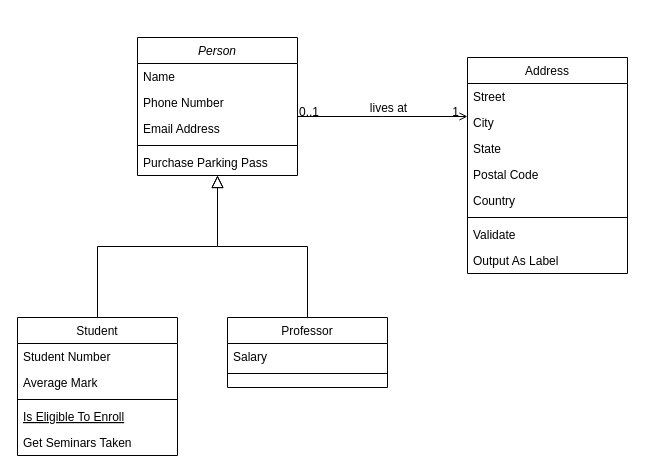
amine-ui/Test-React keeps this draw.io diagram as Diagramme sans nom.drawio. Above is the earlier version. Source tidied: cells renumbered, new cells numbered last; positions are measured from the earlier drawing's top-left corner, leaving out a move shared by most shapes. Both pictures are drawn from the tidied source at 100%, with x=0, y=0 at pixel (17, 37).
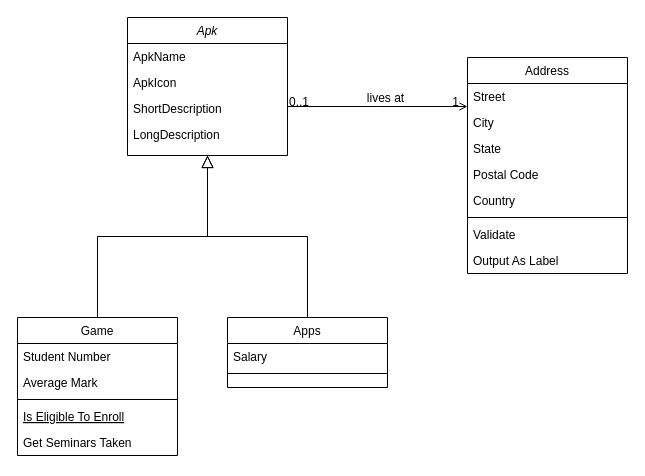
Above is the later version.

The edit, as a diff of the source:
```diff
@@
-    <mxCell id="2" value="Person" style="swimlane;fontStyle=2;align=center;verticalAlign=top;horizontal=1;startSize=26;rounded=0;shadow=0;strokeWidth=1;" parent="1" vertex="1">
-      <mxGeometry x="120" width="160" height="138" as="geometry" />
+    <mxCell id="2" value="Apk" style="swimlane;fontStyle=2;align=center;verticalAlign=top;horizontal=1;startSize=26;rounded=0;shadow=0;strokeWidth=1;" parent="1" vertex="1">
+      <mxGeometry x="110" y="-20" width="160" height="138" as="geometry" />
     </mxCell>
-    <mxCell id="3" value="Name" style="text;align=left;verticalAlign=top;spacingLeft=4;spacingRight=4;overflow=hidden;" parent="2" vertex="1">
+    <mxCell id="3" value="ApkName" style="text;align=left;verticalAlign=top;spacingLeft=4;spacingRight=4;overflow=hidden;" parent="2" vertex="1">
       <mxGeometry y="26" width="160" height="26" as="geometry" />
     </mxCell>
-    <mxCell id="4" value="Phone Number" style="text;align=left;verticalAlign=top;spacingLeft=4;spacingRight=4;overflow=hidden;rounded=0;shadow=0;html=0;" parent="2" vertex="1">
+    <mxCell id="4" value="ApkIcon" style="text;align=left;verticalAlign=top;spacingLeft=4;spacingRight=4;overflow=hidden;rounded=0;shadow=0;html=0;" parent="2" vertex="1">
       <mxGeometry y="52" width="160" height="26" as="geometry" />
     </mxCell>
-    <mxCell id="5" value="Email Address" style="text;align=left;verticalAlign=top;spacingLeft=4;spacingRight=4;overflow=hidden;rounded=0;shadow=0;html=0;" parent="2" vertex="1">
+    <mxCell id="5" value="ShortDescription" style="text;align=left;verticalAlign=top;spacingLeft=4;spacingRight=4;overflow=hidden;rounded=0;shadow=0;html=0;" parent="2" vertex="1">
       <mxGeometry y="78" width="160" height="26" as="geometry" />
     </mxCell>
-    <mxCell id="6" style="line;html=1;strokeWidth=1;align=left;verticalAlign=middle;spacingTop=-1;spacingLeft=3;spacingRight=3;labelPosition=right;" parent="2" vertex="1">
-      <mxGeometry y="104" width="160" height="8" as="geometry" />
-    </mxCell>
-    <mxCell id="7" value="Purchase Parking Pass" style="text;align=left;verticalAlign=top;spacingLeft=4;spacingRight=4;overflow=hidden;" parent="2" vertex="1">
-      <mxGeometry y="112" width="160" height="26" as="geometry" />
+    <mxCell id="7" value="LongDescription" style="text;align=left;verticalAlign=top;spacingLeft=4;spacingRight=4;overflow=hidden;" parent="2" vertex="1">
+      <mxGeometry y="104" width="160" height="26" as="geometry" />
     </mxCell>
-    <mxCell id="8" value="Student" style="swimlane;fontStyle=0;align=center;verticalAlign=top;horizontal=1;startSize=26;rounded=0;shadow=0;strokeWidth=1;" parent="1" vertex="1">
+    <mxCell id="8" value="Game" style="swimlane;fontStyle=0;align=center;verticalAlign=top;horizontal=1;startSize=26;rounded=0;shadow=0;strokeWidth=1;" parent="1" vertex="1">
       <mxGeometry y="280" width="160" height="138" as="geometry" />
     </mxCell>
@@
-    <mxCell id="15" value="Professor" style="swimlane;fontStyle=0;align=center;verticalAlign=top;horizontal=1;startSize=26;rounded=0;shadow=0;strokeWidth=1;" parent="1" vertex="1">
+    <mxCell id="15" value="Apps" style="swimlane;fontStyle=0;align=center;verticalAlign=top;horizontal=1;startSize=26;rounded=0;shadow=0;strokeWidth=1;" parent="1" vertex="1">
       <mxGeometry x="210" y="280" width="160" height="70" as="geometry" />
     </mxCell>
```
